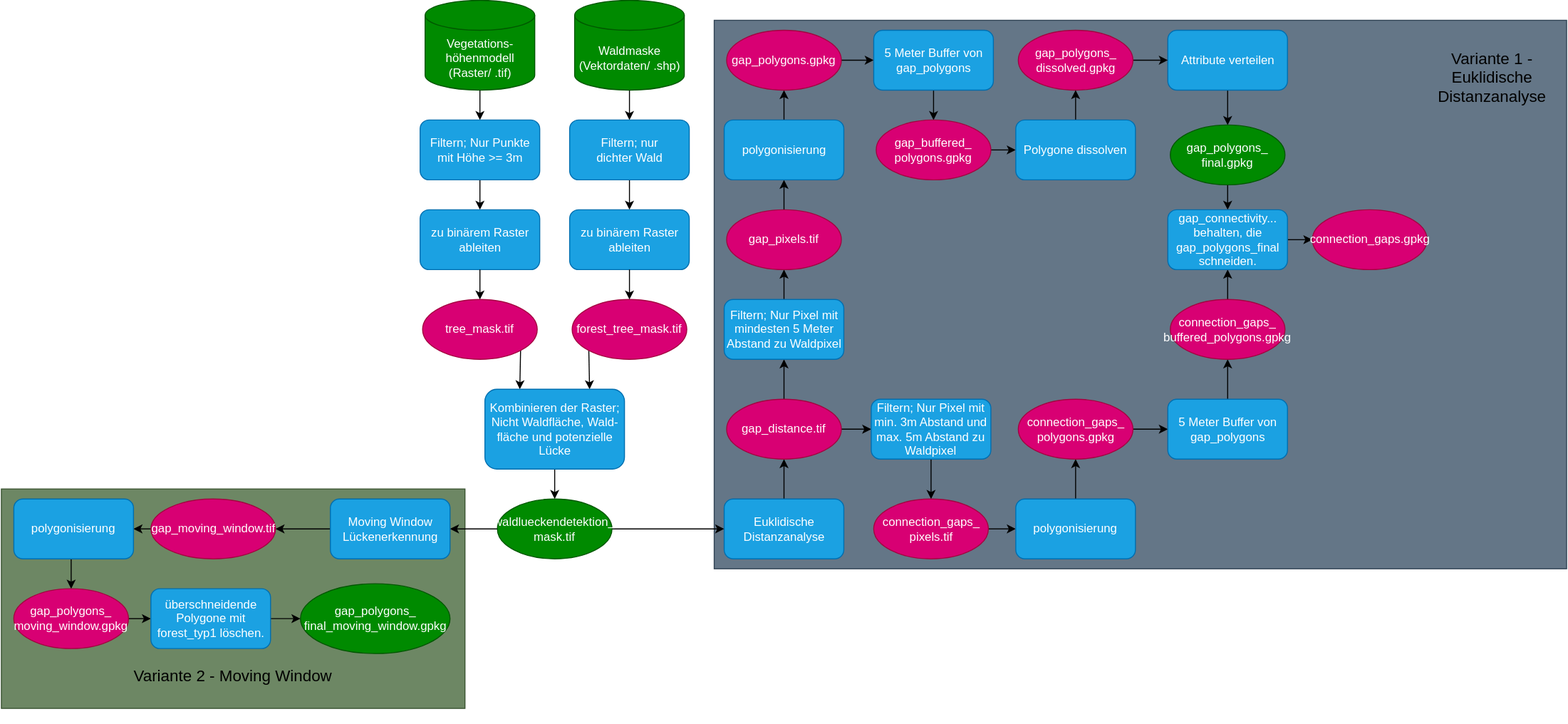
Above: Lueckendetektion.drawio.svg in liobio72/Lueckendetektion (draw.io), before the change. Source tidied: cells renumbered, new cells last; positions are measured from the earlier drawing's top-left corner, leaving out a move shared by most shapes.
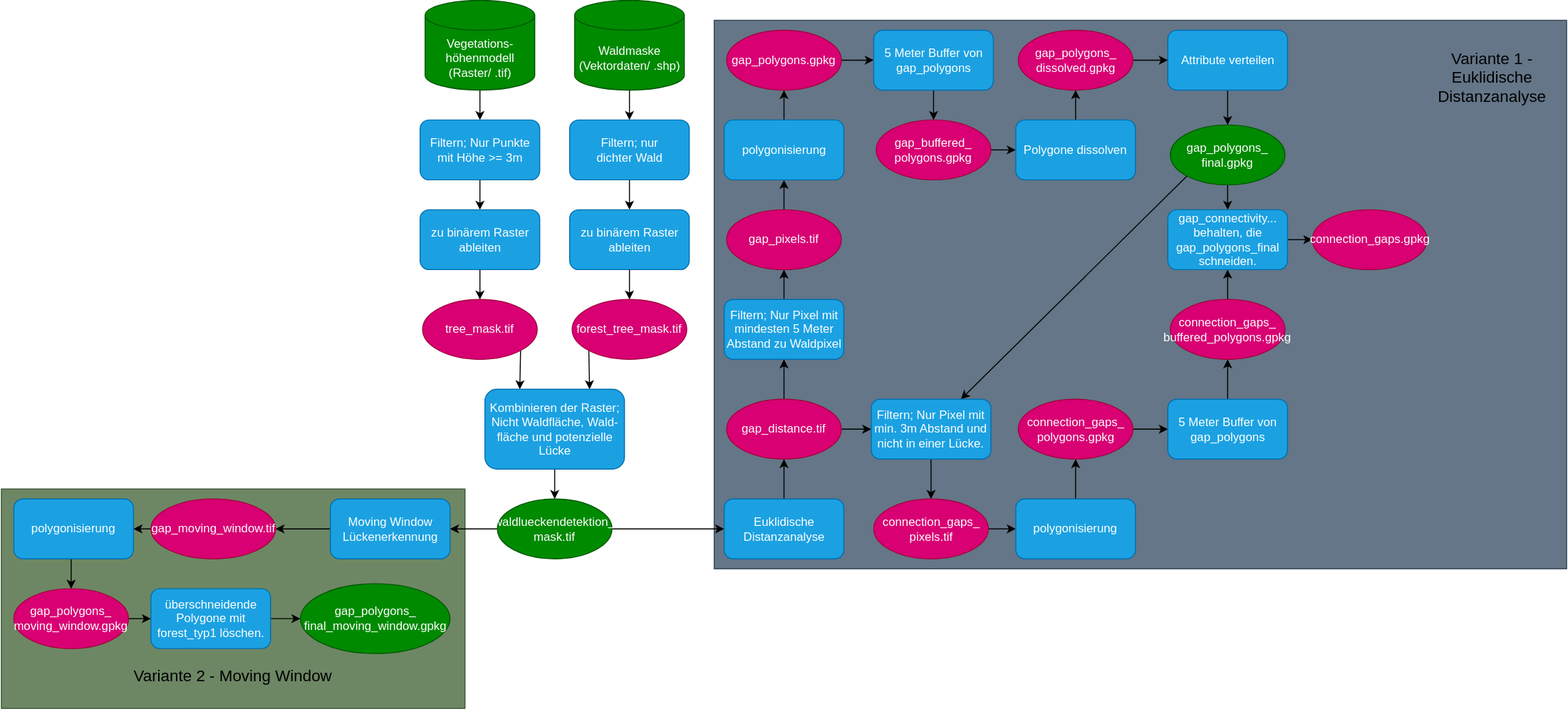
The same file after the commit.

What changed in the source:
```diff
@@ -143,6 +143,9 @@
     <mxCell id="48" style="edgeStyle=orthogonalEdgeStyle;rounded=0;jettySize=auto;html=1;exitX=0.5;exitY=1;exitDx=0;exitDy=0;entryX=0.5;entryY=0;entryDx=0;entryDy=0;" parent="1" edge="1" source="49" target="76">
       <mxGeometry relative="1" as="geometry" />
     </mxCell>
+    <mxCell id="78" style="rounded=0;jettySize=auto;html=1;exitX=0;exitY=1;exitDx=0;exitDy=0;entryX=0.75;entryY=0;entryDx=0;entryDy=0;" parent="1" edge="1" source="49" target="64">
+      <mxGeometry relative="1" as="geometry" />
+    </mxCell>
     <mxCell id="49" value="gap_polygons_&lt;div&gt;final&lt;span style=&quot;background-color: transparent; color: light-dark(rgb(255, 255, 255), rgb(18, 18, 18));&quot;&gt;.gpkg&lt;/span&gt;&lt;/div&gt;" style="ellipse;whiteSpace=wrap;html=1;fillColor=#008a00;fontColor=#ffffff;strokeColor=#005700;" parent="1" vertex="1">
       <mxGeometry x="1172.5" y="125" width="115" height="60" as="geometry" />
     </mxCell>
@@ -188,7 +191,7 @@
     <mxCell id="63" style="edgeStyle=orthogonalEdgeStyle;rounded=0;jettySize=auto;html=1;exitX=0.5;exitY=1;exitDx=0;exitDy=0;entryX=0.5;entryY=0;entryDx=0;entryDy=0;" parent="1" edge="1" source="64" target="66">
       <mxGeometry relative="1" as="geometry" />
     </mxCell>
-    <mxCell id="64" value="Filtern; Nur Pixel mit min. 3m Abstand und max. 5m Abstand zu Waldpixel" style="rounded=1;whiteSpace=wrap;html=1;fillColor=#1ba1e2;fontColor=#ffffff;strokeColor=#006EAF;" parent="1" vertex="1">
+    <mxCell id="64" value="Filtern; Nur Pixel mit min. 3m Abstand und nicht in einer Lücke." style="rounded=1;whiteSpace=wrap;html=1;fillColor=#1ba1e2;fontColor=#ffffff;strokeColor=#006EAF;" parent="1" vertex="1">
       <mxGeometry x="872.5" y="400" width="120" height="60" as="geometry" />
     </mxCell>
     <mxCell id="65" style="edgeStyle=orthogonalEdgeStyle;rounded=0;jettySize=auto;html=1;exitX=1;exitY=0.5;exitDx=0;exitDy=0;entryX=0;entryY=0.5;entryDx=0;entryDy=0;" parent="1" edge="1" source="66" target="68">
```
